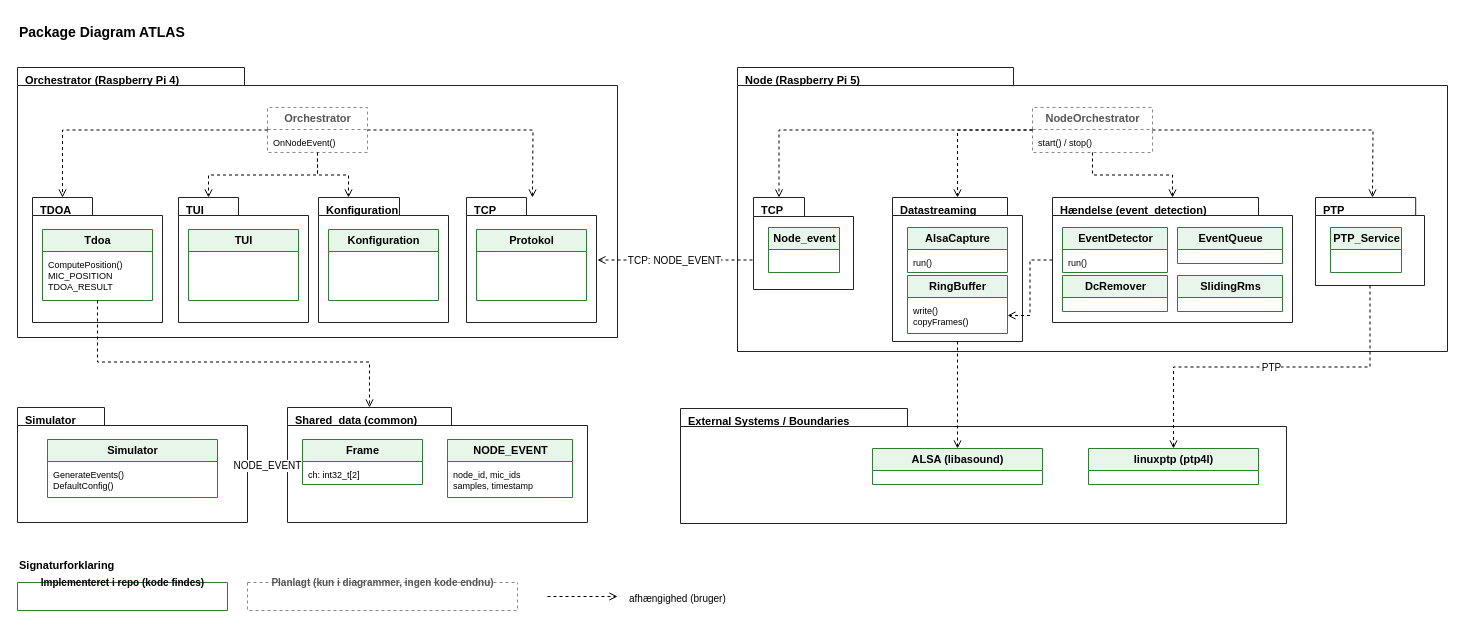
Above: page "Nyt Package Diagram" (1 of 4) of docs/construction/Package diagram.drawio in ViktorFoerrisdahl/SW3PRJ3_5 (draw.io), before the change. Source tidied: cells renumbered, new cells numbered last; positions are measured from the earlier drawing's top-left corner, leaving out a move shared by most shapes. Both pictures are drawn from the tidied source at 100%, with x=0, y=0 at pixel (17, 17).
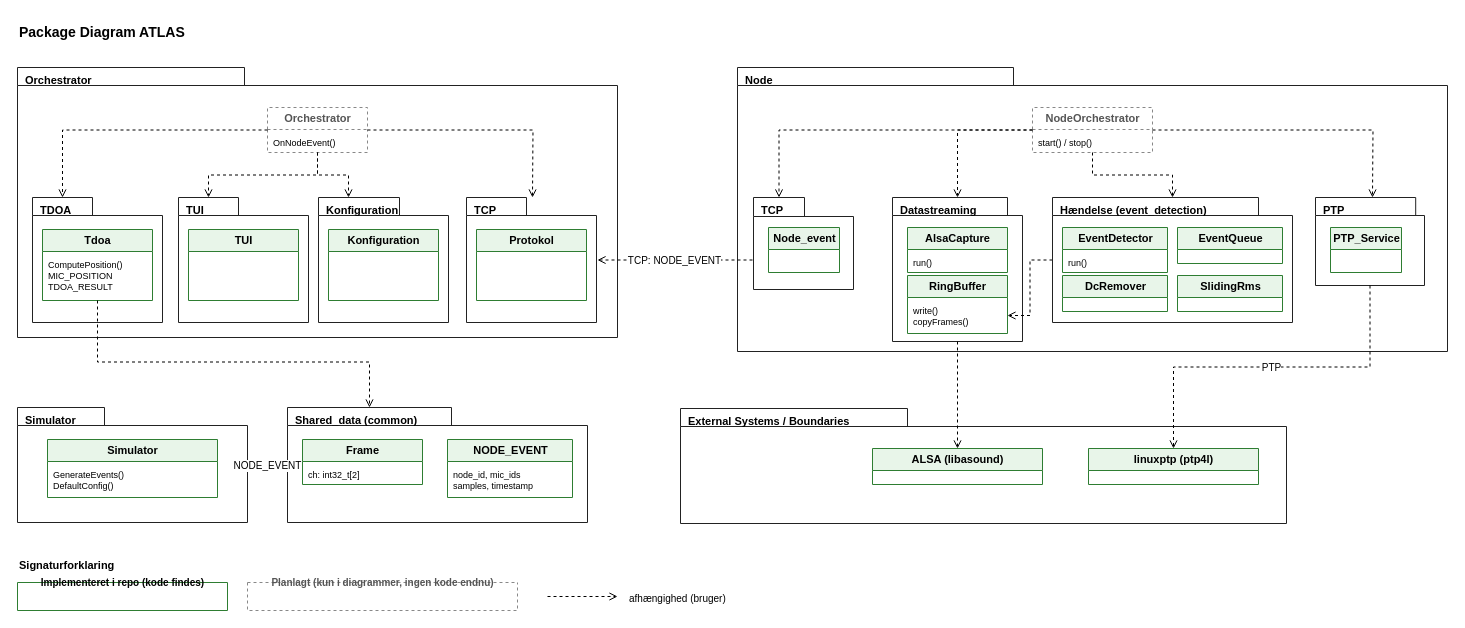
The same page after the edit.

Commit message:
Up to data Package - Package Diagram

The edit, as a diff of the source:
```diff
@@
-    <mxCell id="3" value="Orchestrator (Raspberry Pi 4)" style="shape=folder;fontStyle=1;tabWidth=227;tabHeight=18;tabPosition=left;html=1;whiteSpace=wrap;verticalAlign=top;align=left;spacingLeft=6;fontSize=11;fillColor=#FFFFFF;strokeColor=#222222;" parent="1" vertex="1">
+    <mxCell id="3" value="Orchestrator" style="shape=folder;fontStyle=1;tabWidth=227;tabHeight=18;tabPosition=left;html=1;whiteSpace=wrap;verticalAlign=top;align=left;spacingLeft=6;fontSize=11;fillColor=#FFFFFF;strokeColor=#222222;" parent="1" vertex="1">
       <mxGeometry y="50" width="600" height="270" as="geometry" />
     </mxCell>
@@
-    <mxCell id="17" value="Node (Raspberry Pi 5)" style="shape=folder;fontStyle=1;tabWidth=276;tabHeight=18;tabPosition=left;html=1;whiteSpace=wrap;verticalAlign=top;align=left;spacingLeft=6;fontSize=11;fillColor=#FFFFFF;strokeColor=#222222;" parent="1" vertex="1">
+    <mxCell id="17" value="Node" style="shape=folder;fontStyle=1;tabWidth=276;tabHeight=18;tabPosition=left;html=1;whiteSpace=wrap;verticalAlign=top;align=left;spacingLeft=6;fontSize=11;fillColor=#FFFFFF;strokeColor=#222222;" parent="1" vertex="1">
       <mxGeometry x="720" y="50" width="710" height="284" as="geometry" />
     </mxCell>
```
